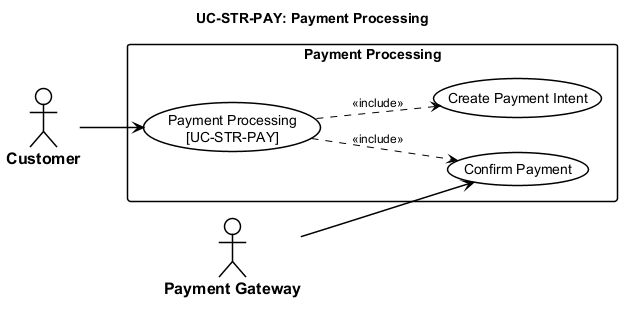
Earlier version of the PlantUML export thesis/figures/chapters/part2/ch2-design/02-use-cases/diagrams/P2S2.2.2_usecase-stf-payment-processing.png (qingfa-dev/ReSys.Shop).
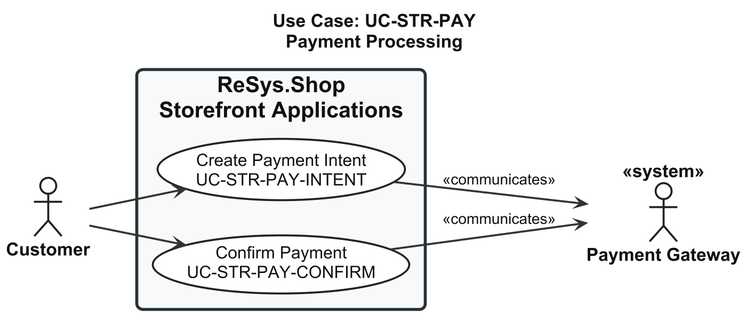
The same diagram one commit later.

Diff of the diagram source:
```diff
@@ -1,53 +1,78 @@
 @startuml usecase-stf-payment-processing
+
 left to right direction
 
+skinparam shadowing false
+skinparam dpi 180
+
 <style>
-  root {
-    FontName "Arial"
-    FontSize 14
-    Shadowing 0
-  }
-  actor {
-    BackGroundColor #FFFFFF
-    LineColor #000000
-    LineThickness 1.5
-    FontColor #000000
-    FontStyle bold
-    FontSize 16
-  }
-  usecase {
-    BackGroundColor #FFFFFF
-    LineColor #000000
-    LineThickness 1.5
-    FontColor #000000
-  }
-  rectangle {
-    BackGroundColor #FFFFFF
-    LineColor #000000
-    LineThickness 1.5
-    FontStyle bold
-  }
-  arrow {
-    LineColor #000000
-    LineThickness 1.5
-    FontSize 12
-  }
-</style>
-title UC-STR-PAY: Payment Processing
 
-actor "Customer" as Cust
-actor "Payment Gateway" as GW
-
-rectangle "Payment Processing" {
-  usecase "Payment Processing\n[UC-STR-PAY]" as UC_MAIN
-  usecase "Create Payment Intent" as UC_INTENT
-  usecase "Confirm Payment" as UC_CONFIRM
-
-  UC_MAIN ..> UC_INTENT : <<include>>
-  UC_MAIN ..> UC_CONFIRM : <<include>>
+root {
+  FontName "Arial"
+  FontSize 18
+  FontColor #111111
 }
 
-Cust --> UC_MAIN
-GW --> UC_CONFIRM
+actor {
+  FontName "Arial"
+  FontSize 18
+  FontStyle bold
+  FontColor #111111
+  BackgroundColor #FFFFFF
+  LineColor #222222
+  LineThickness 2
+}
+
+usecase {
+  FontName "Arial"
+  FontSize 17
+  FontColor #111111
+  FontStyle plain
+  BackgroundColor #FFFFFF
+  LineColor #222222
+  LineThickness 2
+  Padding 18
+}
+
+rectangle {
+  FontName "Arial"
+  FontSize 22
+  FontStyle bold
+  FontColor #111111
+  BackgroundColor #F7F9FA
+  LineColor #263238
+  LineThickness 3
+  RoundCorner 12
+  Padding 30
+}
+
+arrow {
+  FontName "Arial"
+  FontSize 15
+  FontColor #111111
+  LineColor #333333
+  LineThickness 2
+}
+
+</style>
+
+title Use Case: UC-STR-PAY\nPayment Processing
+
+actor "Customer" as Customer
+actor "Payment Gateway" as Gateway <<system>>
+
+rectangle "ReSys.Shop\nStorefront Applications" {
+
+  usecase "Create Payment Intent\nUC-STR-PAY-INTENT" as UC_INTENT
+
+  usecase "Confirm Payment\nUC-STR-PAY-CONFIRM" as UC_CONFIRM
+
+}
+
+Customer --> UC_INTENT
+Customer --> UC_CONFIRM
+
+UC_INTENT --> Gateway : <<communicates>>
+UC_CONFIRM --> Gateway : <<communicates>>
 
 @enduml
```
